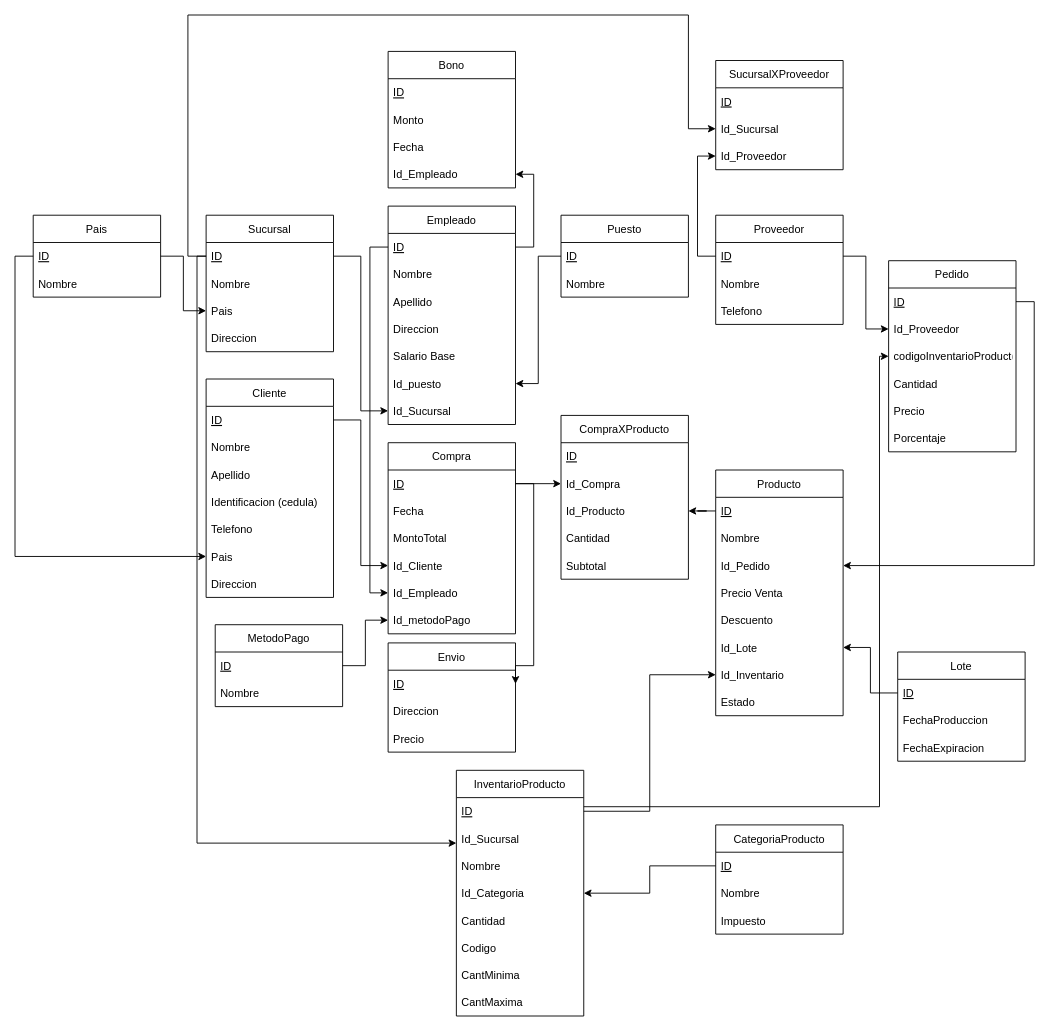
The draw.io diagram diagrama de tablas.drawio in Valhylian/Proyecto1-BD, before the edit. Source tidied: cells renumbered, new cells numbered last; positions are measured from the earlier drawing's top-left corner, leaving out a move shared by most shapes. Both pictures are drawn from the tidied source at 91%, with x=0, y=0 at pixel (33, 15).
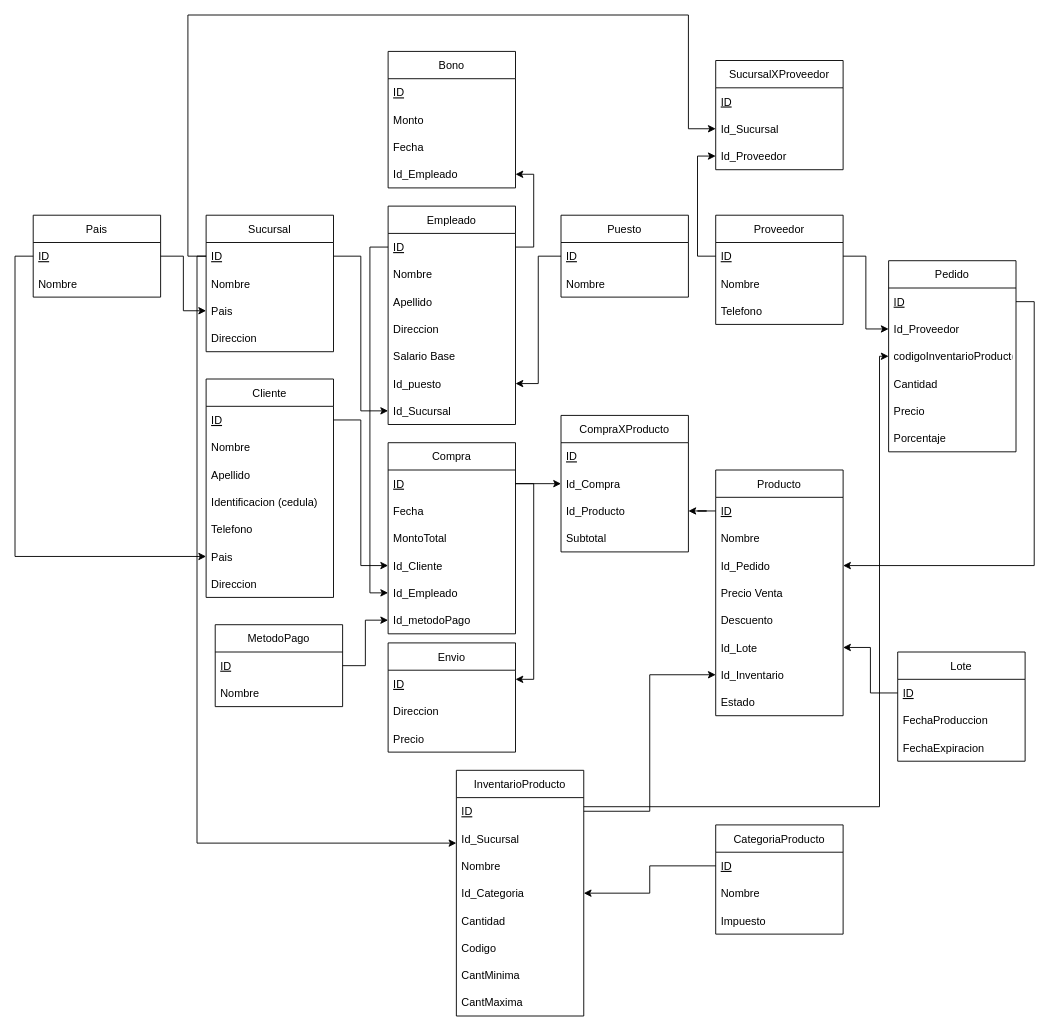
Above is the later version.

The change refers to these unchanged cells:
```xml
<mxCell id="29" value="ID" style="text;strokeColor=none;fillColor=none;align=left;verticalAlign=middle;spacingLeft=4;spacingRight=4;overflow=hidden;points=[[0,0.5],[1,0.5]];portConstraint=eastwest;fontStyle=4;" parent="28" vertex="1">
  <mxGeometry y="30" width="140" height="30" as="geometry" />
</mxCell>
<mxCell id="77" value="ID" style="text;strokeColor=none;fillColor=none;align=left;verticalAlign=middle;spacingLeft=4;spacingRight=4;overflow=hidden;points=[[0,0.5],[1,0.5]];portConstraint=eastwest;fontStyle=4;" parent="76" vertex="1">
  <mxGeometry y="30" width="140" height="30" as="geometry" />
</mxCell>
```

The edit, as a diff of the source:
```diff
@@
     <mxCell id="36" value="CompraXProducto" style="swimlane;fontStyle=0;horizontal=1;startSize=30;" parent="1" vertex="1">
-      <mxGeometry x="580" y="440" width="140" height="180" as="geometry" />
+      <mxGeometry x="580" y="440" width="140" height="150" as="geometry" />
     </mxCell>
@@
-    <mxCell id="40" value="Cantidad" style="text;strokeColor=none;fillColor=none;align=left;verticalAlign=middle;spacingLeft=4;spacingRight=4;overflow=hidden;" parent="36" vertex="1">
-      <mxGeometry y="120" width="140" height="30" as="geometry" />
-    </mxCell>
     <mxCell id="41" value="Subtotal" style="text;strokeColor=none;fillColor=none;align=left;verticalAlign=middle;spacingLeft=4;spacingRight=4;overflow=hidden;" parent="36" vertex="1">
-      <mxGeometry y="150" width="140" height="30" as="geometry" />
+      <mxGeometry y="120" width="140" height="30" as="geometry" />
     </mxCell>
@@
-    <mxCell id="80" style="edgeStyle=orthogonalEdgeStyle;rounded=0;jettySize=auto;html=1;exitX=1;exitY=0.5;exitDx=0;exitDy=0;entryX=1;entryY=0.5;entryDx=0;entryDy=0;" parent="1" edge="1" source="29" target="77">
+    <mxCell id="80" style="edgeStyle=orthogonalEdgeStyle;rounded=0;jettySize=auto;html=1;exitX=1;exitY=0.5;exitDx=0;exitDy=0;" parent="1" edge="1" source="29">
       <mxGeometry relative="1" as="geometry">
+        <mxPoint x="530" y="730" as="targetPoint" />
         <Array as="points">
           <mxPoint x="550" y="515" />
-          <mxPoint x="550" y="715" />
+          <mxPoint x="550" y="730" />
+          <mxPoint x="530" y="730" />
         </Array>
       </mxGeometry>
     </mxCell>
```
